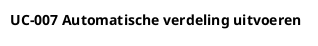
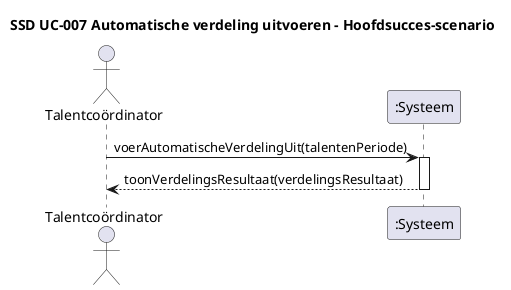
+ 
@startuml
- title UC-007 Automatische verdeling uitvoeren
+ 
+ title SSD UC-007 Automatische verdeling uitvoeren - Hoofdsucces-scenario
+ 
+ actor "Talentcoördinator" as TalentCoordinator
+ participant ":Systeem" as Systeem
+ 
+ TalentCoordinator -> Systeem : voerAutomatischeVerdelingUit(talentenPeriode)
+ activate Systeem
+ 
+ Systeem --> TalentCoordinator : toonVerdelingsResultaat(verdelingsResultaat)
+ 
+ deactivate Systeem

@enduml
+ 
